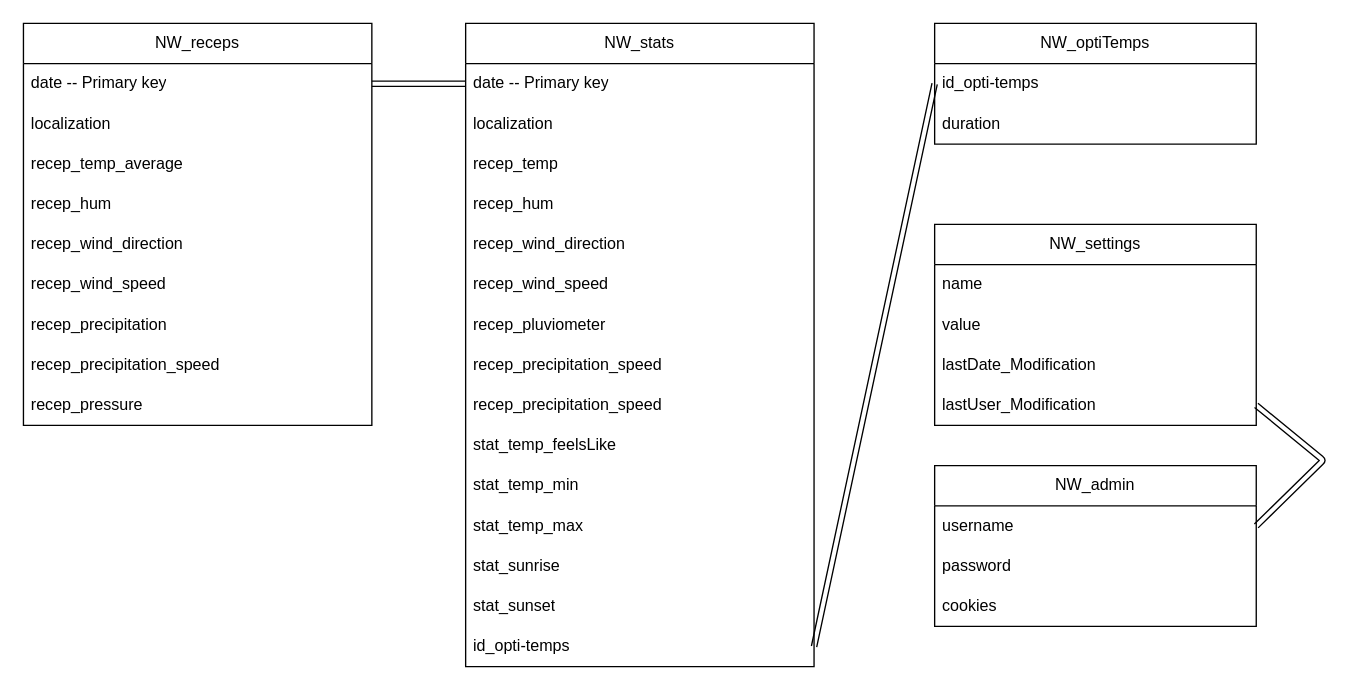
Before: resources/schema/v6MLD.drawio in Mathuww/Nika-Weather, a draw.io diagram. Source tidied: cells renumbered, new cells numbered last; positions are measured from the earlier drawing's top-left corner, leaving out a move shared by most shapes. Both pictures are drawn from the tidied source at 134%, with x=0, y=0 at pixel (23, 23).
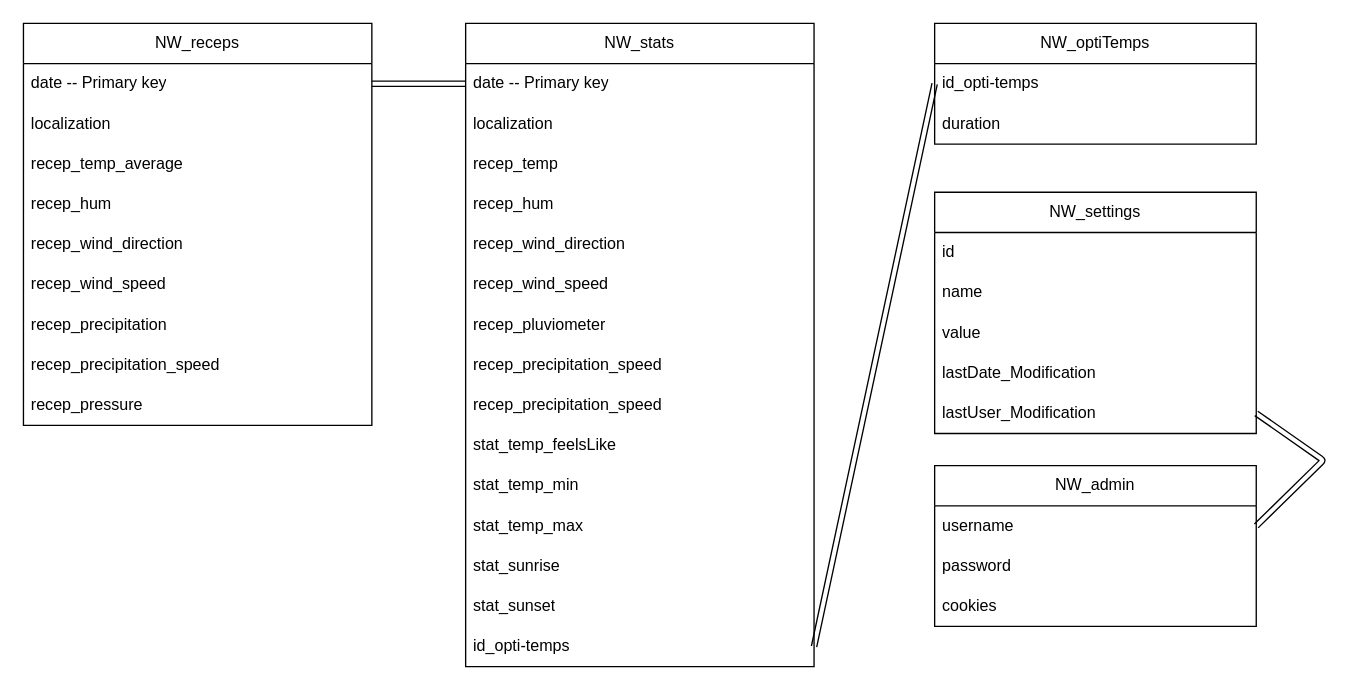
The same diagram, later.

Diff of the diagram source:
```diff
@@
     <mxCell id="37" value="NW_settings" style="swimlane;fontStyle=0;horizontal=1;startSize=30;whiteSpace=wrap;html=1;" parent="1" vertex="1">
-      <mxGeometry x="680" y="150" width="240" height="150" as="geometry" />
+      <mxGeometry x="680" y="126" width="240" height="180" as="geometry" />
     </mxCell>
+    <mxCell id="43" value="id" style="text;strokeColor=none;fillColor=none;align=left;verticalAlign=middle;spacingLeft=4;spacingRight=4;overflow=hidden;whiteSpace=wrap;html=1;" parent="37" vertex="1">
+      <mxGeometry y="30" width="240" height="30" as="geometry" />
+    </mxCell>
     <mxCell id="38" value="name" style="text;strokeColor=none;fillColor=none;align=left;verticalAlign=middle;spacingLeft=4;spacingRight=4;overflow=hidden;whiteSpace=wrap;html=1;" parent="37" vertex="1">
-      <mxGeometry y="30" width="240" height="30" as="geometry" />
+      <mxGeometry y="60" width="240" height="30" as="geometry" />
     </mxCell>
     <mxCell id="39" value="value" style="text;strokeColor=none;fillColor=none;align=left;verticalAlign=middle;spacingLeft=4;spacingRight=4;overflow=hidden;whiteSpace=wrap;html=1;" parent="37" vertex="1">
-      <mxGeometry y="60" width="240" height="30" as="geometry" />
+      <mxGeometry y="90" width="240" height="30" as="geometry" />
     </mxCell>
     <mxCell id="40" value="lastDate_Modification" style="text;strokeColor=none;fillColor=none;align=left;verticalAlign=middle;spacingLeft=4;spacingRight=4;overflow=hidden;whiteSpace=wrap;html=1;" parent="37" vertex="1">
-      <mxGeometry y="90" width="240" height="30" as="geometry" />
+      <mxGeometry y="120" width="240" height="30" as="geometry" />
     </mxCell>
     <mxCell id="41" value="lastUser_Modification" style="text;strokeColor=none;fillColor=none;align=left;verticalAlign=middle;spacingLeft=4;spacingRight=4;overflow=hidden;points=[[0,0.5],[1,0.5]];portConstraint=eastwest;whiteSpace=wrap;html=1;" parent="37" vertex="1">
-      <mxGeometry y="120" width="240" height="30" as="geometry" />
+      <mxGeometry y="150" width="240" height="30" as="geometry" />
     </mxCell>
```
